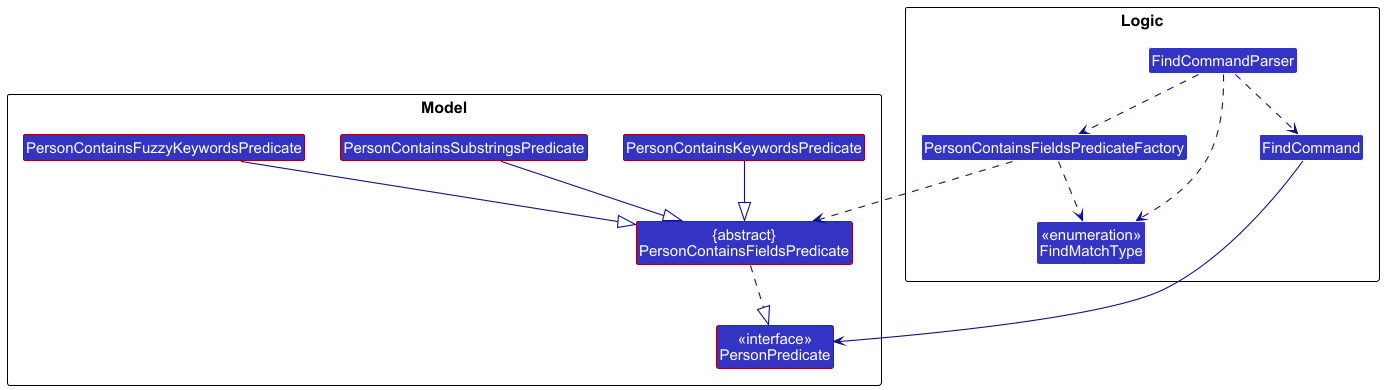
Earlier version of the PlantUML export docs/images/FindCommandClassDiagram.png (press-stuart/tp).
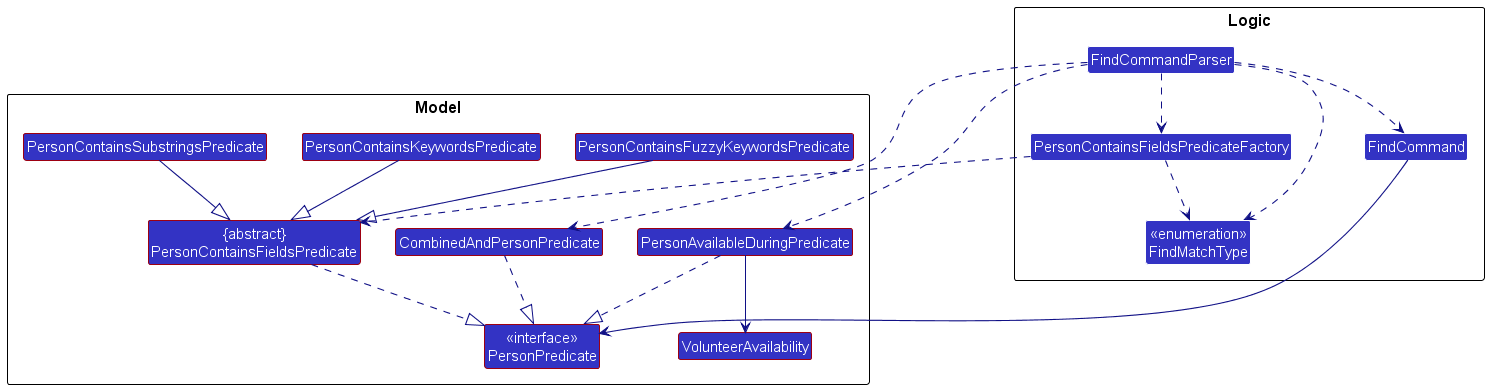
After the change.

Diff of the diagram source:
```diff
@@ -17,10 +17,15 @@
 Class PersonContainsKeywordsPredicate #MODEL_COLOR
 Class PersonContainsSubstringsPredicate #MODEL_COLOR
 Class PersonContainsFuzzyKeywordsPredicate #MODEL_COLOR
+Class CombinedAndPersonPredicate #MODEL_COLOR
+Class PersonAvailableDuringPredicate #MODEL_COLOR
+Class VolunteerAvailability #MODEL_COLOR
 }
 
 FindCommandParser ..> FindMatchType
 FindCommandParser ..> PersonContainsFieldsPredicateFactory
+FindCommandParser ..> CombinedAndPersonPredicate
+FindCommandParser ..> PersonAvailableDuringPredicate
 PersonContainsFieldsPredicateFactory ..> FindMatchType
 PersonContainsFieldsPredicateFactory ..> PersonContainsFieldsPredicate
 FindCommandParser ..> FindCommand
@@ -30,4 +35,7 @@
 PersonContainsKeywordsPredicate --|> PersonContainsFieldsPredicate
 PersonContainsSubstringsPredicate --|> PersonContainsFieldsPredicate
 PersonContainsFuzzyKeywordsPredicate --|> PersonContainsFieldsPredicate
+CombinedAndPersonPredicate ..|> PersonPredicate
+PersonAvailableDuringPredicate ..|> PersonPredicate
+PersonAvailableDuringPredicate --> VolunteerAvailability
 @enduml
```
